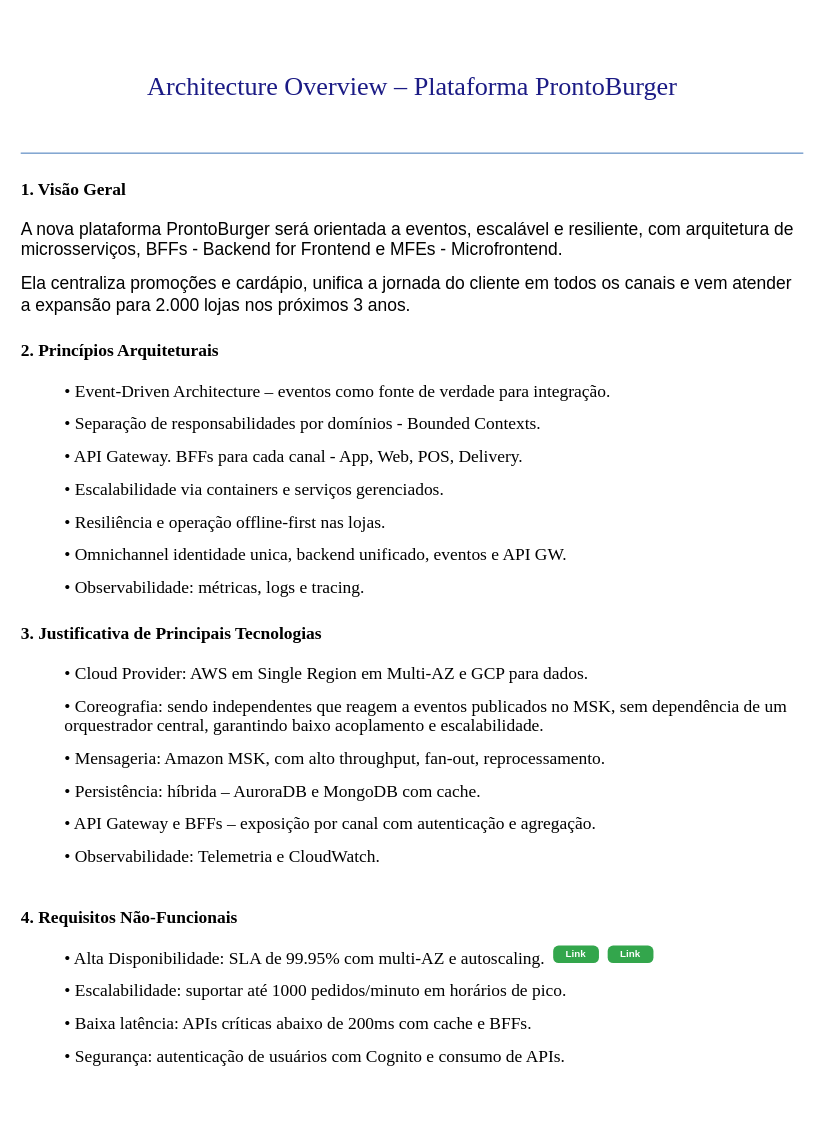
Above: page "PB - Doc. de Arq." (7 of 9) of ProntoBurger.drawio in Rogpe-Prog/PBurger-Case (draw.io), before the change. Source tidied: cells renumbered, new cells numbered last; positions are measured from the earlier drawing's top-left corner, leaving out a move shared by most shapes. Both pictures are drawn from the tidied source at 109%, with x=0, y=0 at pixel (19, 19).
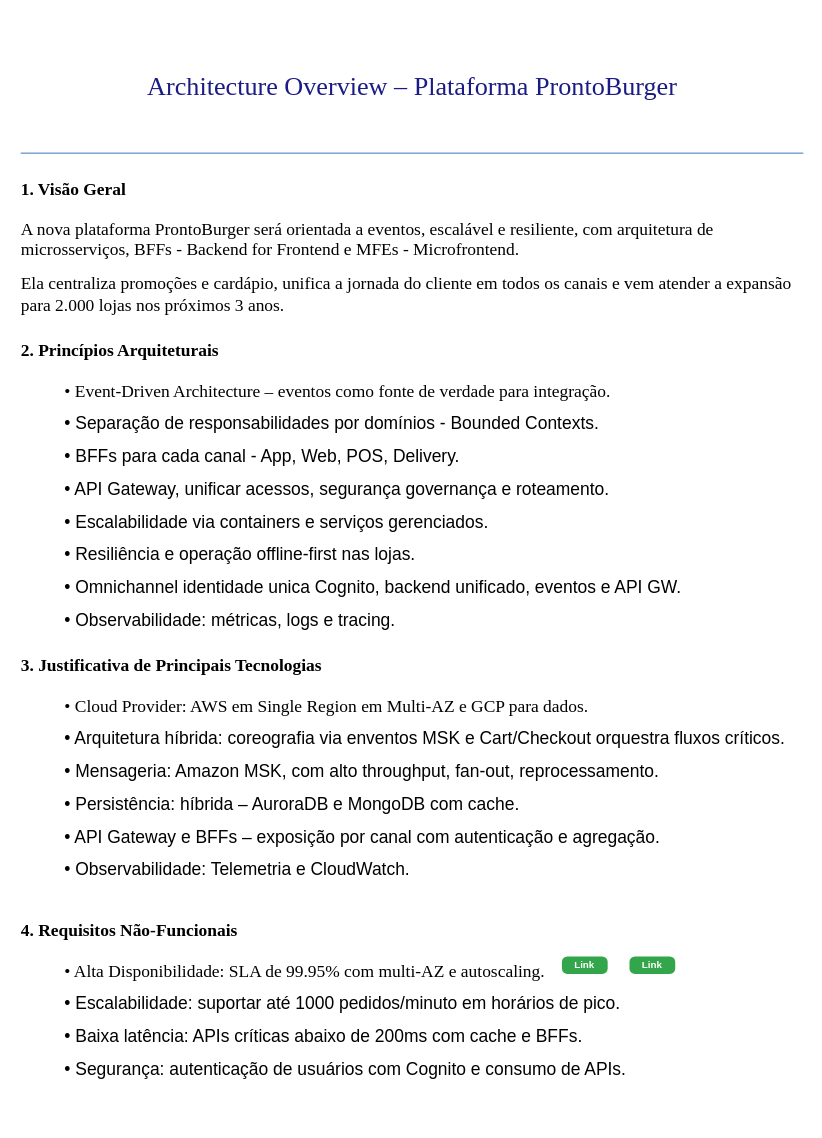
The same page after the edit.

The edit, as a diff of the source:
```diff
@@
 <mxGraphModel>
   <root>
     <mxCell id="0" />
     <mxCell id="1" parent="0" />
-    <mxCell id="2" value="&lt;div style=&quot;mso-element:para-border-div;border:none;border-bottom:solid #4F81BD 1.0pt;&lt;br/&gt;mso-border-bottom-themecolor:accent1;padding:0cm 0cm 4.0pt 0cm&quot;&gt;&lt;br&gt;&lt;br&gt;&lt;p style=&quot;text-align: center;&quot; class=&quot;MsoTitle&quot;&gt;&lt;span style=&quot;font-family: &amp;quot;Times New Roman&amp;quot;, serif;&quot;&gt;&lt;font style=&quot;font-size: 24px;&quot; color=&quot;#1b1b85&quot;&gt;Architecture Overview – Plataforma ProntoBurger&lt;/font&gt;&lt;/span&gt;&lt;/p&gt;&lt;br&gt;&lt;br&gt;&lt;/div&gt;&lt;h1&gt;&lt;span style=&quot;font-size:12.0pt;line-height:115%;font-family:&amp;quot;Times New Roman&amp;quot;,serif;&lt;br/&gt;mso-ansi-language:PT-BR&quot;&gt;1. Visão Geral&lt;/span&gt;&lt;/h1&gt;&lt;p class=&quot;MsoNormal&quot;&gt;&lt;span style=&quot;font-size:12.0pt;line-height:115%;font-family:&lt;br/&gt;&amp;quot;Times New Roman&amp;quot;,serif;mso-ansi-language:PT-BR&quot;&gt;A nova plataforma ProntoBurger&amp;nbsp;será orientada a eventos, escalável e resiliente, com arquitetura de&lt;br&gt;microsserviços, BFFs - Backend for Frontend e MFEs - Microfrontend.&amp;nbsp;&lt;/span&gt;&lt;/p&gt;&lt;p class=&quot;MsoNormal&quot;&gt;&lt;span style=&quot;font-size:12.0pt;line-height:115%;font-family:&lt;br/&gt;&amp;quot;Times New Roman&amp;quot;,serif;mso-ansi-language:PT-BR&quot;&gt;Ela&amp;nbsp;centraliza promoções e cardápio,&amp;nbsp;&lt;/span&gt;&lt;span style=&quot;font-size: 12pt; background-color: initial;&quot;&gt;unifica a jornada do cliente em todos os&amp;nbsp;&lt;/span&gt;&lt;span style=&quot;font-size: 12pt; background-color: initial;&quot;&gt;canais e vem atender a expansão para 2.000 lojas nos próximos 3 anos.&lt;/span&gt;&lt;/p&gt;&lt;h1&gt;&lt;span style=&quot;font-size:12.0pt;line-height:115%;font-family:&amp;quot;Times New Roman&amp;quot;,serif;&lt;br/&gt;mso-ansi-language:PT-BR&quot;&gt;2. Princípios Arquiteturais&lt;/span&gt;&lt;/h1&gt;&lt;blockquote style=&quot;margin: 0 0 0 40px; border: none; padding: 0px;&quot;&gt;&lt;p class=&quot;MsoNormal&quot; style=&quot;margin-bottom:0cm;line-height:normal&quot;&gt;&lt;span style=&quot;font-size:12.0pt;font-family:&amp;quot;Times New Roman&amp;quot;,serif;mso-ansi-language:&lt;br/&gt;PT-BR&quot;&gt;• Event-Driven Architecture – eventos como fonte de verdade para&amp;nbsp;integração.&lt;/span&gt;&lt;/p&gt;&lt;p class=&quot;MsoNormal&quot; style=&quot;margin-bottom:0cm;line-height:normal&quot;&gt;&lt;span style=&quot;font-size:12.0pt;font-family:&amp;quot;Times New Roman&amp;quot;,serif;mso-ansi-language:&lt;br/&gt;PT-BR&quot;&gt;• Separação de responsabilidades por domínios - Bounded Contexts.&lt;/span&gt;&lt;/p&gt;&lt;p class=&quot;MsoNormal&quot; style=&quot;margin-bottom:0cm;line-height:normal&quot;&gt;&lt;span style=&quot;font-size:12.0pt;font-family:&amp;quot;Times New Roman&amp;quot;,serif;mso-ansi-language:&lt;br/&gt;PT-BR&quot;&gt;• API Gateway. BFFs para cada canal - App, Web, POS, Delivery.&lt;/span&gt;&lt;/p&gt;&lt;p class=&quot;MsoNormal&quot; style=&quot;margin-bottom:0cm;line-height:normal&quot;&gt;&lt;span style=&quot;font-size:12.0pt;font-family:&amp;quot;Times New Roman&amp;quot;,serif;mso-ansi-language:&lt;br/&gt;PT-BR&quot;&gt;• Escalabilidade via containers e serviços gerenciados.&lt;/span&gt;&lt;/p&gt;&lt;p class=&quot;MsoNormal&quot; style=&quot;margin-bottom:0cm;line-height:normal&quot;&gt;&lt;span style=&quot;font-size:12.0pt;font-family:&amp;quot;Times New Roman&amp;quot;,serif;mso-ansi-language:&lt;br/&gt;PT-BR&quot;&gt;• Resiliência e operação offline-first nas lojas.&lt;/span&gt;&lt;/p&gt;&lt;p class=&quot;MsoNormal&quot; style=&quot;margin-bottom:0cm;line-height:normal&quot;&gt;&lt;span style=&quot;font-family: &amp;quot;Times New Roman&amp;quot;, serif; font-size: 16px;&quot;&gt;• Omnichannel identidade unica, backend unificado, eventos e API GW.&lt;/span&gt;&lt;span style=&quot;font-size:12.0pt;font-family:&amp;quot;Times New Roman&amp;quot;,serif;mso-ansi-language:&lt;br/&gt;PT-BR&quot;&gt;&lt;br&gt;&lt;/span&gt;&lt;/p&gt;&lt;p class=&quot;MsoNormal&quot; style=&quot;margin-bottom:0cm;line-height:normal&quot;&gt;&lt;span style=&quot;font-size:12.0pt;font-family:&amp;quot;Times New Roman&amp;quot;,serif;mso-ansi-language:&lt;br/&gt;PT-BR&quot;&gt;• Observabilidade: métricas, logs e tracing.&lt;/span&gt;&lt;/p&gt;&lt;/blockquote&gt;&lt;h1&gt;&lt;span style=&quot;font-size:12.0pt;line-height:115%;font-family:&amp;quot;Times New Roman&amp;quot;,serif;&lt;br/&gt;mso-ansi-language:PT-BR&quot;&gt;3. Justificativa de Principais Tecnologias&lt;/span&gt;&lt;/h1&gt;&lt;blockquote style=&quot;margin: 0 0 0 40px; border: none; padding: 0px;&quot;&gt;&lt;p class=&quot;MsoNormal&quot; style=&quot;margin-bottom:0cm;line-height:normal&quot;&gt;&lt;span style=&quot;font-size:12.0pt;font-family:&amp;quot;Times New Roman&amp;quot;,serif;mso-ansi-language:&lt;br/&gt;PT-BR&quot;&gt;• Cloud Provider: AWS em Single Region em Multi-AZ e GCP para dados.&lt;/span&gt;&lt;/p&gt;&lt;p class=&quot;MsoNormal&quot; style=&quot;margin-bottom:0cm;line-height:normal&quot;&gt;&lt;span style=&quot;font-family: &amp;quot;Times New Roman&amp;quot;, serif; font-size: 16px;&quot;&gt;•&amp;nbsp;&lt;/span&gt;&lt;span style=&quot;font-family: &amp;quot;Times New Roman&amp;quot;, serif; font-size: 16px;&quot;&gt;Coreografia: sendo independentes que reagem a eventos publicados no MSK, sem dependência de um orquestrador central, garantindo baixo acoplamento e escalabilidade.&lt;/span&gt;&lt;span style=&quot;font-family: &amp;quot;Times New Roman&amp;quot;, serif; font-size: 16px;&quot;&gt;&amp;nbsp;&lt;/span&gt;&lt;span style=&quot;font-size:12.0pt;font-family:&amp;quot;Times New Roman&amp;quot;,serif;mso-ansi-language:&lt;br/&gt;PT-BR&quot;&gt;&lt;br&gt;&lt;/span&gt;&lt;/p&gt;&lt;p class=&quot;MsoNormal&quot; style=&quot;margin-bottom:0cm;line-height:normal&quot;&gt;&lt;span lang=&quot;EN-US&quot; style=&quot;font-size:12.0pt;font-family:&amp;quot;Times New Roman&amp;quot;,serif&quot;&gt;•&amp;nbsp;Mensageria: Amazon MSK, com alto throughput, fan-out, reprocessamento.&lt;/span&gt;&lt;/p&gt;&lt;p class=&quot;MsoNormal&quot; style=&quot;margin-bottom:0cm;line-height:normal&quot;&gt;&lt;span style=&quot;font-size:12.0pt;font-family:&amp;quot;Times New Roman&amp;quot;,serif;mso-ansi-language:&lt;br/&gt;PT-BR&quot;&gt;• Persistência: híbrida – AuroraDB e MongoDB com cache.&lt;/span&gt;&lt;/p&gt;&lt;p class=&quot;MsoNormal&quot; style=&quot;margin-bottom:0cm;line-height:normal&quot;&gt;&lt;span style=&quot;font-size:12.0pt;font-family:&amp;quot;Times New Roman&amp;quot;,serif;mso-ansi-language:&lt;br/&gt;PT-BR&quot;&gt;• API Gateway e BFFs – exposição por canal com autenticação e agregação.&lt;/span&gt;&lt;/p&gt;&lt;p class=&quot;MsoNormal&quot; style=&quot;margin-bottom:0cm;line-height:normal&quot;&gt;&lt;span style=&quot;font-size:12.0pt;font-family:&amp;quot;Times New Roman&amp;quot;,serif;mso-ansi-language:&lt;br/&gt;PT-BR&quot;&gt;• Observabilidade: Telemetria e CloudWatch.&amp;nbsp;&lt;/span&gt;&lt;/p&gt;&lt;/blockquote&gt;&lt;br&gt;&lt;h1&gt;&lt;span style=&quot;font-size:12.0pt;line-height:115%;font-family:&amp;quot;Times New Roman&amp;quot;,serif;&lt;br/&gt;mso-ansi-language:PT-BR&quot;&gt;4. Requisitos Não-Funcionais&lt;/span&gt;&lt;/h1&gt;&lt;blockquote style=&quot;margin: 0 0 0 40px; border: none; padding: 0px;&quot;&gt;&lt;p class=&quot;MsoNormal&quot; style=&quot;margin-bottom:0cm;line-height:normal&quot;&gt;&lt;span style=&quot;font-size:12.0pt;font-family:&amp;quot;Times New Roman&amp;quot;,serif;mso-ansi-language:&lt;br/&gt;PT-BR&quot;&gt;• Alta Disponibilidade: SLA de 99.95% com multi-AZ e autoscaling.&lt;/span&gt;&lt;/p&gt;&lt;p class=&quot;MsoNormal&quot; style=&quot;margin-bottom:0cm;line-height:normal&quot;&gt;&lt;span style=&quot;font-size:12.0pt;font-family:&amp;quot;Times New Roman&amp;quot;,serif;mso-ansi-language:&lt;br/&gt;PT-BR&quot;&gt;• Escalabilidade: suportar até 1000 pedidos/minuto em horários de pico.&lt;/span&gt;&lt;/p&gt;&lt;p class=&quot;MsoNormal&quot; style=&quot;margin-bottom:0cm;line-height:normal&quot;&gt;&lt;span style=&quot;font-size:12.0pt;font-family:&amp;quot;Times New Roman&amp;quot;,serif;mso-ansi-language:&lt;br/&gt;PT-BR&quot;&gt;• Baixa latência: APIs críticas abaixo de 200ms com cache e BFFs.&lt;/span&gt;&lt;/p&gt;&lt;p class=&quot;MsoNormal&quot; style=&quot;margin-bottom:0cm;line-height:normal&quot;&gt;&lt;span style=&quot;font-size:12.0pt;font-family:&amp;quot;Times New Roman&amp;quot;,serif;mso-ansi-language:&lt;br/&gt;PT-BR&quot;&gt;• Segurança: autenticação de usuários com Cognito e consumo de APIs&lt;/span&gt;&lt;span style=&quot;font-family: &amp;quot;Times New Roman&amp;quot;, serif; font-size: 12pt; background-color: initial;&quot;&gt;.&lt;/span&gt;&lt;/p&gt;&lt;/blockquote&gt;" style="text;html=1;align=left;verticalAlign=top;whiteSpace=wrap;rounded=0;fillColor=default;" parent="1" vertex="1">
-      <mxGeometry width="720" height="960" as="geometry" />
+    <mxCell id="2" value="&lt;div style=&quot;mso-element:para-border-div;border:none;border-bottom:solid #4F81BD 1.0pt;&lt;br/&gt;mso-border-bottom-themecolor:accent1;padding:0cm 0cm 4.0pt 0cm&quot;&gt;&lt;br&gt;&lt;br&gt;&lt;p style=&quot;text-align: center;&quot; class=&quot;MsoTitle&quot;&gt;&lt;font face=&quot;Times New Roman&quot; style=&quot;font-size: 24px;&quot; color=&quot;#1b1b85&quot;&gt;Architecture Overview – Plataforma ProntoBurger&lt;/font&gt;&lt;/p&gt;&lt;br&gt;&lt;br&gt;&lt;/div&gt;&lt;h1&gt;&lt;span style=&quot;font-size:12.0pt;line-height:115%;font-family:&amp;quot;Times New Roman&amp;quot;,serif;&lt;br/&gt;mso-ansi-language:PT-BR&quot;&gt;1. Visão Geral&lt;/span&gt;&lt;/h1&gt;&lt;p class=&quot;MsoNormal&quot;&gt;&lt;span style=&quot;font-size:12.0pt;line-height:115%;font-family:&lt;br/&gt;&amp;quot;Times New Roman&amp;quot;,serif;mso-ansi-language:PT-BR&quot;&gt;&lt;font face=&quot;Times New Roman&quot;&gt;A nova plataforma ProntoBurger&amp;nbsp;será orientada a eventos, escalável e resiliente, com arquitetura de&lt;br&gt;microsserviços, BFFs - Backend for Frontend e MFEs - Microfrontend.&amp;nbsp;&lt;/font&gt;&lt;/span&gt;&lt;/p&gt;&lt;p class=&quot;MsoNormal&quot;&gt;&lt;font face=&quot;Times New Roman&quot;&gt;&lt;span style=&quot;font-size:12.0pt;line-height:115%;font-family:&lt;br/&gt;&amp;quot;Times New Roman&amp;quot;,serif;mso-ansi-language:PT-BR&quot;&gt;Ela&amp;nbsp;centraliza promoções e cardápio,&amp;nbsp;&lt;/span&gt;&lt;span style=&quot;font-size: 12pt; background-color: initial;&quot;&gt;unifica a jornada do cliente em todos os&amp;nbsp;&lt;/span&gt;&lt;span style=&quot;font-size: 12pt; background-color: initial;&quot;&gt;canais e vem atender a expansão para 2.000 lojas nos próximos 3 anos.&lt;/span&gt;&lt;/font&gt;&lt;/p&gt;&lt;h1&gt;&lt;span style=&quot;font-size:12.0pt;line-height:115%;font-family:&amp;quot;Times New Roman&amp;quot;,serif;&lt;br/&gt;mso-ansi-language:PT-BR&quot;&gt;2. Princípios Arquiteturais&lt;/span&gt;&lt;/h1&gt;&lt;blockquote style=&quot;margin: 0 0 0 40px; border: none; padding: 0px;&quot;&gt;&lt;p class=&quot;MsoNormal&quot; style=&quot;margin-bottom:0cm;line-height:normal&quot;&gt;&lt;span style=&quot;font-size: 12pt;&quot;&gt;&lt;font face=&quot;Times New Roman&quot;&gt;• Event-Driven Architecture – eventos como fonte de verdade para&amp;nbsp;integração.&lt;/font&gt;&lt;/span&gt;&lt;/p&gt;&lt;p class=&quot;MsoNormal&quot; style=&quot;margin-bottom:0cm;line-height:normal&quot;&gt;&lt;span style=&quot;font-size: 12pt;&quot;&gt;&lt;font face=&quot;nCUvJubYlumdIiB8QYgP&quot;&gt;• Separação de responsabilidades por domínios - Bounded Contexts.&lt;/font&gt;&lt;/span&gt;&lt;/p&gt;&lt;p class=&quot;MsoNormal&quot; style=&quot;margin-bottom:0cm;line-height:normal&quot;&gt;&lt;span style=&quot;font-size: 12pt;&quot;&gt;&lt;font face=&quot;nCUvJubYlumdIiB8QYgP&quot;&gt;• BFFs para cada canal - App, Web, POS, Delivery.&lt;/font&gt;&lt;/span&gt;&lt;/p&gt;&lt;p class=&quot;MsoNormal&quot; style=&quot;margin-bottom:0cm;line-height:normal&quot;&gt;&lt;span style=&quot;font-family: nCUvJubYlumdIiB8QYgP; font-size: 16px;&quot;&gt;• API Gateway, unificar acessos, segurança governança e roteamento.&lt;/span&gt;&lt;span style=&quot;font-size: 12pt;&quot;&gt;&lt;font face=&quot;nCUvJubYlumdIiB8QYgP&quot;&gt;&lt;br&gt;&lt;/font&gt;&lt;/span&gt;&lt;/p&gt;&lt;p class=&quot;MsoNormal&quot; style=&quot;margin-bottom:0cm;line-height:normal&quot;&gt;&lt;span style=&quot;font-size: 12pt;&quot;&gt;&lt;font face=&quot;nCUvJubYlumdIiB8QYgP&quot;&gt;• Escalabilidade via containers e serviços gerenciados.&lt;/font&gt;&lt;/span&gt;&lt;/p&gt;&lt;p class=&quot;MsoNormal&quot; style=&quot;margin-bottom:0cm;line-height:normal&quot;&gt;&lt;span style=&quot;font-size: 12pt;&quot;&gt;&lt;font face=&quot;nCUvJubYlumdIiB8QYgP&quot;&gt;• Resiliência e operação offline-first nas lojas.&lt;/font&gt;&lt;/span&gt;&lt;/p&gt;&lt;p class=&quot;MsoNormal&quot; style=&quot;margin-bottom:0cm;line-height:normal&quot;&gt;&lt;font face=&quot;nCUvJubYlumdIiB8QYgP&quot;&gt;&lt;span style=&quot;font-size: 16px;&quot;&gt;• Omnichannel identidade unica Cognito, backend unificado, eventos e API GW.&lt;/span&gt;&lt;span style=&quot;font-size: 12pt;&quot;&gt;&lt;br&gt;&lt;/span&gt;&lt;/font&gt;&lt;/p&gt;&lt;p class=&quot;MsoNormal&quot; style=&quot;margin-bottom:0cm;line-height:normal&quot;&gt;&lt;span style=&quot;font-size: 12pt;&quot;&gt;&lt;font face=&quot;nCUvJubYlumdIiB8QYgP&quot;&gt;• Observabilidade: métricas, logs e tracing.&lt;/font&gt;&lt;/span&gt;&lt;/p&gt;&lt;/blockquote&gt;&lt;h1&gt;&lt;span style=&quot;font-size:12.0pt;line-height:115%;font-family:&amp;quot;Times New Roman&amp;quot;,serif;&lt;br/&gt;mso-ansi-language:PT-BR&quot;&gt;3. Justificativa de Principais Tecnologias&lt;/span&gt;&lt;/h1&gt;&lt;blockquote style=&quot;margin: 0 0 0 40px; border: none; padding: 0px;&quot;&gt;&lt;p class=&quot;MsoNormal&quot; style=&quot;margin-bottom:0cm;line-height:normal&quot;&gt;&lt;span style=&quot;font-size: 12pt;&quot;&gt;&lt;font face=&quot;Times New Roman&quot;&gt;• Cloud Provider: AWS em Single Region em Multi-AZ e GCP para dados.&lt;/font&gt;&lt;/span&gt;&lt;/p&gt;&lt;p class=&quot;MsoNormal&quot; style=&quot;margin-bottom:0cm;line-height:normal&quot;&gt;&lt;font face=&quot;kUVHQzFWj4FmgqV7U_yU&quot;&gt;&lt;span style=&quot;font-size: 16px;&quot;&gt;• Arquitetura híbrida: c&lt;/span&gt;&lt;span style=&quot;font-size: 16px;&quot;&gt;oreografia via enventos MSK e Cart/Checkout orquestra fluxos críticos.&lt;/span&gt;&lt;span style=&quot;font-size: 16px;&quot;&gt;&amp;nbsp;&lt;/span&gt;&lt;span style=&quot;font-size: 12pt;&quot;&gt;&lt;br&gt;&lt;/span&gt;&lt;/font&gt;&lt;/p&gt;&lt;p class=&quot;MsoNormal&quot; style=&quot;margin-bottom:0cm;line-height:normal&quot;&gt;&lt;span lang=&quot;EN-US&quot; style=&quot;font-size: 12pt;&quot;&gt;&lt;font face=&quot;kUVHQzFWj4FmgqV7U_yU&quot;&gt;•&amp;nbsp;Mensageria: Amazon MSK, com alto throughput, fan-out, reprocessamento.&lt;/font&gt;&lt;/span&gt;&lt;/p&gt;&lt;p class=&quot;MsoNormal&quot; style=&quot;margin-bottom:0cm;line-height:normal&quot;&gt;&lt;span style=&quot;font-size: 12pt;&quot;&gt;&lt;font face=&quot;kUVHQzFWj4FmgqV7U_yU&quot;&gt;• Persistência: híbrida – AuroraDB e MongoDB com cache.&lt;/font&gt;&lt;/span&gt;&lt;/p&gt;&lt;p class=&quot;MsoNormal&quot; style=&quot;margin-bottom:0cm;line-height:normal&quot;&gt;&lt;span style=&quot;font-size: 12pt;&quot;&gt;&lt;font face=&quot;kUVHQzFWj4FmgqV7U_yU&quot;&gt;• API Gateway e BFFs – exposição por canal com autenticação e agregação.&lt;/font&gt;&lt;/span&gt;&lt;/p&gt;&lt;p class=&quot;MsoNormal&quot; style=&quot;margin-bottom:0cm;line-height:normal&quot;&gt;&lt;span style=&quot;font-size: 12pt;&quot;&gt;&lt;font face=&quot;kUVHQzFWj4FmgqV7U_yU&quot;&gt;• Observabilidade: Telemetria e CloudWatch.&amp;nbsp;&lt;/font&gt;&lt;/span&gt;&lt;/p&gt;&lt;/blockquote&gt;&lt;br&gt;&lt;h1&gt;&lt;span style=&quot;font-size:12.0pt;line-height:115%;font-family:&amp;quot;Times New Roman&amp;quot;,serif;&lt;br/&gt;mso-ansi-language:PT-BR&quot;&gt;4. Requisitos Não-Funcionais&lt;/span&gt;&lt;/h1&gt;&lt;blockquote style=&quot;margin: 0 0 0 40px; border: none; padding: 0px;&quot;&gt;&lt;p class=&quot;MsoNormal&quot; style=&quot;margin-bottom:0cm;line-height:normal&quot;&gt;&lt;span style=&quot;font-size: 12pt;&quot;&gt;&lt;font face=&quot;Times New Roman&quot;&gt;• Alta Disponibilidade: SLA de 99.95% com multi-AZ e autoscaling.&lt;/font&gt;&lt;/span&gt;&lt;/p&gt;&lt;p class=&quot;MsoNormal&quot; style=&quot;margin-bottom:0cm;line-height:normal&quot;&gt;&lt;span style=&quot;font-size: 12pt;&quot;&gt;&lt;font face=&quot;N1Jn3mXWnsWKWKcJPp0D&quot;&gt;• Escalabilidade: suportar até 1000 pedidos/minuto em horários de pico.&lt;/font&gt;&lt;/span&gt;&lt;/p&gt;&lt;p class=&quot;MsoNormal&quot; style=&quot;margin-bottom:0cm;line-height:normal&quot;&gt;&lt;span style=&quot;font-size: 12pt;&quot;&gt;&lt;font face=&quot;N1Jn3mXWnsWKWKcJPp0D&quot;&gt;• Baixa latência: APIs críticas abaixo de 200ms com cache e BFFs.&lt;/font&gt;&lt;/span&gt;&lt;/p&gt;&lt;p class=&quot;MsoNormal&quot; style=&quot;margin-bottom:0cm;line-height:normal&quot;&gt;&lt;font face=&quot;N1Jn3mXWnsWKWKcJPp0D&quot;&gt;&lt;span style=&quot;font-size: 12pt;&quot;&gt;• Segurança: autenticação de usuários com Cognito e consumo de APIs&lt;/span&gt;&lt;span style=&quot;font-size: 12pt; background-color: initial;&quot;&gt;.&lt;/span&gt;&lt;/font&gt;&lt;/p&gt;&lt;/blockquote&gt;" style="text;html=1;align=left;verticalAlign=top;whiteSpace=wrap;rounded=0;fillColor=default;" parent="1" vertex="1">
+      <mxGeometry width="720" height="1010" as="geometry" />
     </mxCell>
     <mxCell id="3" value="Link" style="html=1;shadow=0;dashed=0;shape=mxgraph.bootstrap.rrect;rSize=5;strokeColor=none;strokeWidth=1;fillColor=#33A64C;fontColor=#FFFFFF;whiteSpace=wrap;align=center;verticalAlign=middle;spacingLeft=0;fontStyle=1;fontSize=9;spacing=5;" parent="1" vertex="1">
-      <mxGeometry x="490" y="850" width="42" height="16" as="geometry" />
+      <mxGeometry x="498" y="860" width="42" height="16" as="geometry" />
     </mxCell>
     <mxCell id="4" value="Link" style="html=1;shadow=0;dashed=0;shape=mxgraph.bootstrap.rrect;rSize=5;strokeColor=none;strokeWidth=1;fillColor=#33A64C;fontColor=#FFFFFF;whiteSpace=wrap;align=center;verticalAlign=middle;spacingLeft=0;fontStyle=1;fontSize=9;spacing=5;" parent="1" vertex="1">
-      <mxGeometry x="540" y="850" width="42" height="16" as="geometry" />
+      <mxGeometry x="560" y="860" width="42" height="16" as="geometry" />
     </mxCell>
   </root>
 </mxGraphModel>
```
